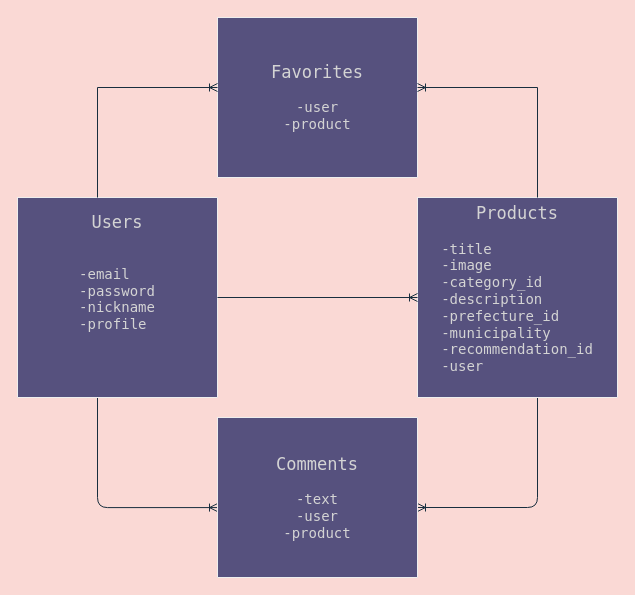
Above: o_test.dio in mo0777lucky/original-app (draw.io), before the change. Source tidied: cells renumbered, new cells numbered last; positions are measured from the earlier drawing's top-left corner, leaving out a move shared by most shapes. Both pictures are drawn from the tidied source at 100%, with x=0, y=0 at pixel (17, 17).
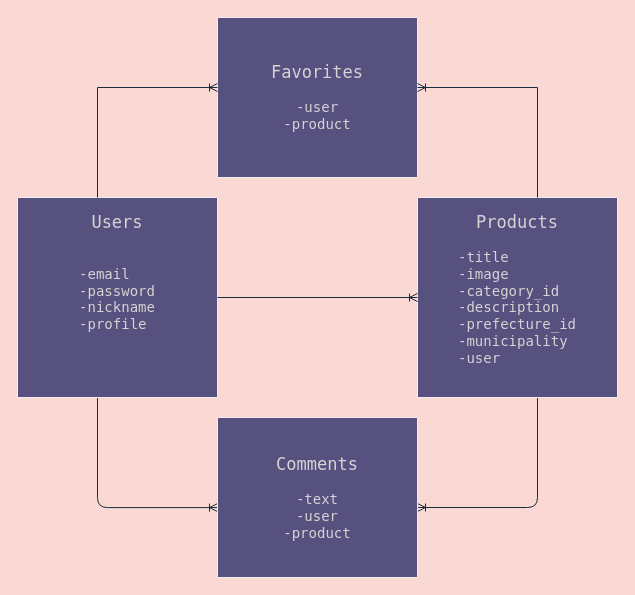
After the change.

Commit message (it also covers changes not shown here):
画像われ修正

Unchanged cells that the change refers to:
```xml
<mxCell id="4" style="shape=partialRectangle;html=1;whiteSpace=wrap;fillColor=none;top=0;left=0;bottom=0;right=0;points=[[0,0.5],[1,0.5]];portConstraint=eastwest;strokeColor=#EEEEEE;fontColor=#FFFFFF;" parent="3" vertex="1">
  <mxGeometry width="200" height="200" as="geometry" />
</mxCell>
```

What changed in the source:
```diff
@@
-    <mxCell id="5" value="&lt;div style=&quot;color: rgb(212 , 212 , 212) ; font-family: &amp;#34;menlo&amp;#34; , &amp;#34;monaco&amp;#34; , &amp;#34;courier new&amp;#34; , monospace ; font-style: normal ; font-weight: 400 ; letter-spacing: normal ; text-align: center ; text-indent: 0px ; text-transform: none ; word-spacing: 0px&quot;&gt;&lt;font style=&quot;font-size: 17px&quot;&gt;Products&lt;/font&gt;&lt;/div&gt;&lt;div style=&quot;color: rgb(212 , 212 , 212) ; font-family: &amp;#34;menlo&amp;#34; , &amp;#34;monaco&amp;#34; , &amp;#34;courier new&amp;#34; , monospace ; font-style: normal ; font-weight: 400 ; letter-spacing: normal ; text-align: center ; text-indent: 0px ; text-transform: none ; word-spacing: 0px ; font-size: 14px&quot;&gt;&lt;font style=&quot;font-size: 14px&quot;&gt;&lt;br&gt;&lt;/font&gt;&lt;/div&gt;&lt;div style=&quot;text-align: left ; color: rgb(212 , 212 , 212) ; font-family: &amp;#34;menlo&amp;#34; , &amp;#34;monaco&amp;#34; , &amp;#34;courier new&amp;#34; , monospace ; font-style: normal ; font-weight: 400 ; letter-spacing: normal ; text-indent: 0px ; text-transform: none ; word-spacing: 0px ; font-size: 14px&quot;&gt;&lt;font style=&quot;font-size: 14px&quot;&gt;-title&lt;/font&gt;&lt;/div&gt;&lt;div style=&quot;text-align: left ; color: rgb(212 , 212 , 212) ; font-family: &amp;#34;menlo&amp;#34; , &amp;#34;monaco&amp;#34; , &amp;#34;courier new&amp;#34; , monospace ; font-style: normal ; font-weight: 400 ; letter-spacing: normal ; text-indent: 0px ; text-transform: none ; word-spacing: 0px ; font-size: 14px&quot;&gt;&lt;font style=&quot;font-size: 14px&quot;&gt;-image&lt;/font&gt;&lt;/div&gt;&lt;div style=&quot;text-align: left ; color: rgb(212 , 212 , 212) ; font-family: &amp;#34;menlo&amp;#34; , &amp;#34;monaco&amp;#34; , &amp;#34;courier new&amp;#34; , monospace ; font-style: normal ; font-weight: 400 ; letter-spacing: normal ; text-indent: 0px ; text-transform: none ; word-spacing: 0px ; font-size: 14px&quot;&gt;&lt;font style=&quot;font-size: 14px&quot;&gt;-category_id&lt;/font&gt;&lt;/div&gt;&lt;div style=&quot;text-align: left ; color: rgb(212 , 212 , 212) ; font-family: &amp;#34;menlo&amp;#34; , &amp;#34;monaco&amp;#34; , &amp;#34;courier new&amp;#34; , monospace ; font-style: normal ; font-weight: 400 ; letter-spacing: normal ; text-indent: 0px ; text-transform: none ; word-spacing: 0px ; font-size: 14px&quot;&gt;&lt;font style=&quot;font-size: 14px&quot;&gt;-description&lt;/font&gt;&lt;/div&gt;&lt;div style=&quot;text-align: left ; color: rgb(212 , 212 , 212) ; font-family: &amp;#34;menlo&amp;#34; , &amp;#34;monaco&amp;#34; , &amp;#34;courier new&amp;#34; , monospace ; font-style: normal ; font-weight: 400 ; letter-spacing: normal ; text-indent: 0px ; text-transform: none ; word-spacing: 0px ; font-size: 14px&quot;&gt;&lt;font style=&quot;font-size: 14px&quot;&gt;-prefecture_id&lt;/font&gt;&lt;/div&gt;&lt;div style=&quot;text-align: left ; color: rgb(212 , 212 , 212) ; font-family: &amp;#34;menlo&amp;#34; , &amp;#34;monaco&amp;#34; , &amp;#34;courier new&amp;#34; , monospace ; font-style: normal ; font-weight: 400 ; letter-spacing: normal ; text-indent: 0px ; text-transform: none ; word-spacing: 0px ; font-size: 14px&quot;&gt;&lt;font style=&quot;font-size: 14px&quot;&gt;-municipality&lt;/font&gt;&lt;/div&gt;&lt;div style=&quot;text-align: left ; color: rgb(212 , 212 , 212) ; font-family: &amp;#34;menlo&amp;#34; , &amp;#34;monaco&amp;#34; , &amp;#34;courier new&amp;#34; , monospace ; font-style: normal ; font-weight: 400 ; letter-spacing: normal ; text-indent: 0px ; text-transform: none ; word-spacing: 0px ; font-size: 14px&quot;&gt;-recommendation_id&lt;/div&gt;&lt;div style=&quot;text-align: left ; color: rgb(212 , 212 , 212) ; font-family: &amp;#34;menlo&amp;#34; , &amp;#34;monaco&amp;#34; , &amp;#34;courier new&amp;#34; , monospace ; font-style: normal ; font-weight: 400 ; letter-spacing: normal ; text-indent: 0px ; text-transform: none ; word-spacing: 0px ; font-size: 14px&quot;&gt;&lt;font style=&quot;font-size: 14px&quot;&gt;-user&lt;/font&gt;&lt;/div&gt;&lt;div style=&quot;text-align: left ; color: rgb(212 , 212 , 212) ; font-family: &amp;#34;menlo&amp;#34; , &amp;#34;monaco&amp;#34; , &amp;#34;courier new&amp;#34; , monospace ; font-style: normal ; font-weight: 400 ; letter-spacing: normal ; text-indent: 0px ; text-transform: none ; word-spacing: 0px ; font-size: 14px&quot;&gt;&lt;font style=&quot;font-size: 14px&quot;&gt;&lt;br&gt;&lt;/font&gt;&lt;/div&gt;" style="shape=partialRectangle;html=1;whiteSpace=wrap;overflow=hidden;fillColor=none;top=0;left=0;bottom=0;right=0;strokeColor=#EEEEEE;fontColor=#FFFFFF;" parent="4" vertex="1">
+    <mxCell id="5" value="&lt;div style=&quot;color: rgb(212 , 212 , 212) ; font-family: &amp;#34;menlo&amp;#34; , &amp;#34;monaco&amp;#34; , &amp;#34;courier new&amp;#34; , monospace ; font-style: normal ; font-weight: 400 ; letter-spacing: normal ; text-align: center ; text-indent: 0px ; text-transform: none ; word-spacing: 0px&quot;&gt;&lt;font style=&quot;font-size: 17px&quot;&gt;Products&lt;/font&gt;&lt;/div&gt;&lt;div style=&quot;color: rgb(212 , 212 , 212) ; font-family: &amp;#34;menlo&amp;#34; , &amp;#34;monaco&amp;#34; , &amp;#34;courier new&amp;#34; , monospace ; font-style: normal ; font-weight: 400 ; letter-spacing: normal ; text-align: center ; text-indent: 0px ; text-transform: none ; word-spacing: 0px ; font-size: 14px&quot;&gt;&lt;font style=&quot;font-size: 14px&quot;&gt;&lt;br&gt;&lt;/font&gt;&lt;/div&gt;&lt;div style=&quot;text-align: left ; color: rgb(212 , 212 , 212) ; font-family: &amp;#34;menlo&amp;#34; , &amp;#34;monaco&amp;#34; , &amp;#34;courier new&amp;#34; , monospace ; font-style: normal ; font-weight: 400 ; letter-spacing: normal ; text-indent: 0px ; text-transform: none ; word-spacing: 0px ; font-size: 14px&quot;&gt;&lt;font style=&quot;font-size: 14px&quot;&gt;-title&lt;/font&gt;&lt;/div&gt;&lt;div style=&quot;text-align: left ; color: rgb(212 , 212 , 212) ; font-family: &amp;#34;menlo&amp;#34; , &amp;#34;monaco&amp;#34; , &amp;#34;courier new&amp;#34; , monospace ; font-style: normal ; font-weight: 400 ; letter-spacing: normal ; text-indent: 0px ; text-transform: none ; word-spacing: 0px ; font-size: 14px&quot;&gt;&lt;font style=&quot;font-size: 14px&quot;&gt;-image&lt;/font&gt;&lt;/div&gt;&lt;div style=&quot;text-align: left ; color: rgb(212 , 212 , 212) ; font-family: &amp;#34;menlo&amp;#34; , &amp;#34;monaco&amp;#34; , &amp;#34;courier new&amp;#34; , monospace ; font-style: normal ; font-weight: 400 ; letter-spacing: normal ; text-indent: 0px ; text-transform: none ; word-spacing: 0px ; font-size: 14px&quot;&gt;&lt;font style=&quot;font-size: 14px&quot;&gt;-category_id&lt;/font&gt;&lt;/div&gt;&lt;div style=&quot;text-align: left ; color: rgb(212 , 212 , 212) ; font-family: &amp;#34;menlo&amp;#34; , &amp;#34;monaco&amp;#34; , &amp;#34;courier new&amp;#34; , monospace ; font-style: normal ; font-weight: 400 ; letter-spacing: normal ; text-indent: 0px ; text-transform: none ; word-spacing: 0px ; font-size: 14px&quot;&gt;&lt;font style=&quot;font-size: 14px&quot;&gt;-description&lt;/font&gt;&lt;/div&gt;&lt;div style=&quot;text-align: left ; color: rgb(212 , 212 , 212) ; font-family: &amp;#34;menlo&amp;#34; , &amp;#34;monaco&amp;#34; , &amp;#34;courier new&amp;#34; , monospace ; font-style: normal ; font-weight: 400 ; letter-spacing: normal ; text-indent: 0px ; text-transform: none ; word-spacing: 0px ; font-size: 14px&quot;&gt;&lt;font style=&quot;font-size: 14px&quot;&gt;-prefecture_id&lt;/font&gt;&lt;/div&gt;&lt;div style=&quot;text-align: left ; color: rgb(212 , 212 , 212) ; font-family: &amp;#34;menlo&amp;#34; , &amp;#34;monaco&amp;#34; , &amp;#34;courier new&amp;#34; , monospace ; font-style: normal ; font-weight: 400 ; letter-spacing: normal ; text-indent: 0px ; text-transform: none ; word-spacing: 0px ; font-size: 14px&quot;&gt;&lt;font style=&quot;font-size: 14px&quot;&gt;-municipality&lt;/font&gt;&lt;/div&gt;&lt;div style=&quot;text-align: left ; color: rgb(212 , 212 , 212) ; font-family: &amp;#34;menlo&amp;#34; , &amp;#34;monaco&amp;#34; , &amp;#34;courier new&amp;#34; , monospace ; font-style: normal ; font-weight: 400 ; letter-spacing: normal ; text-indent: 0px ; text-transform: none ; word-spacing: 0px ; font-size: 14px&quot;&gt;&lt;font style=&quot;font-size: 14px&quot;&gt;-user&lt;/font&gt;&lt;/div&gt;&lt;div style=&quot;text-align: left ; color: rgb(212 , 212 , 212) ; font-family: &amp;#34;menlo&amp;#34; , &amp;#34;monaco&amp;#34; , &amp;#34;courier new&amp;#34; , monospace ; font-style: normal ; font-weight: 400 ; letter-spacing: normal ; text-indent: 0px ; text-transform: none ; word-spacing: 0px ; font-size: 14px&quot;&gt;&lt;font style=&quot;font-size: 14px&quot;&gt;&lt;br&gt;&lt;/font&gt;&lt;/div&gt;" style="shape=partialRectangle;html=1;whiteSpace=wrap;overflow=hidden;fillColor=none;top=0;left=0;bottom=0;right=0;strokeColor=#EEEEEE;fontColor=#FFFFFF;" parent="4" vertex="1">
       <mxGeometry width="200" height="200" as="geometry" />
     </mxCell>
```
